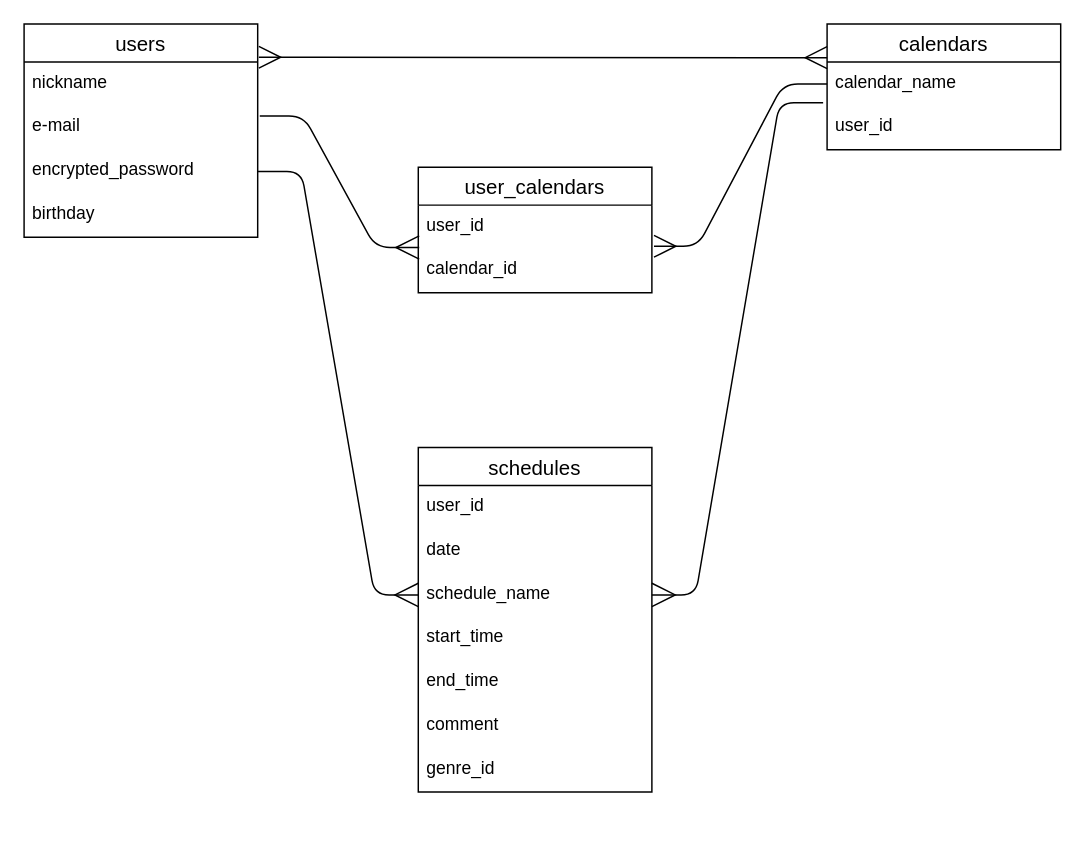
The draw.io diagram sharecalendar.dio in gomachan3232/sharecalendar, before the edit. Source tidied: cells renumbered, new cells numbered last; positions are measured from the earlier drawing's top-left corner, leaving out a move shared by most shapes. Both pictures are drawn from the tidied source at 146%, with x=0, y=0 at pixel (23, 23).
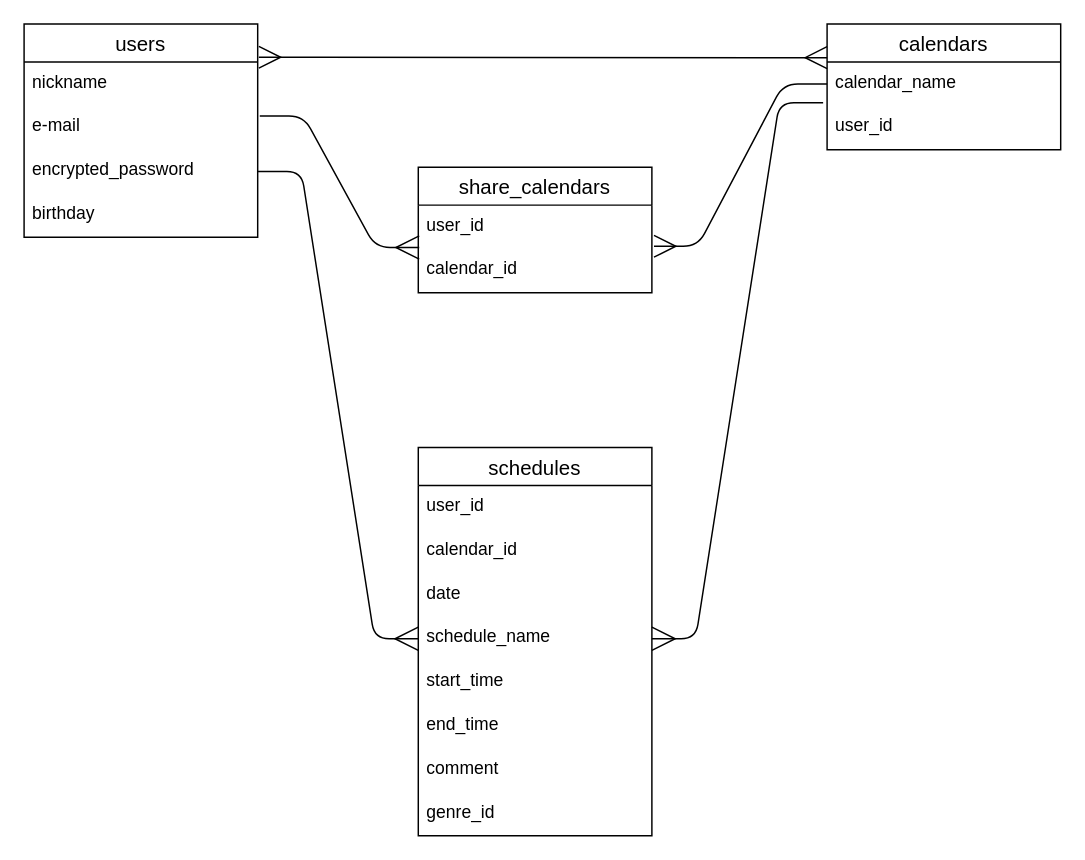
The same diagram, later.

The edit, as a diff of the source:
```diff
@@
     <mxCell id="10" value="schedules" style="swimlane;fontStyle=0;horizontal=1;startSize=26;align=center;fontSize=14;" parent="1" vertex="1">
-      <mxGeometry x="270" y="290" width="160" height="236" as="geometry" />
+      <mxGeometry x="270" y="290" width="160" height="266" as="geometry" />
     </mxCell>
@@
+    <mxCell id="26" value="calendar_id" style="text;strokeColor=none;fillColor=none;spacingLeft=4;spacingRight=4;overflow=hidden;fontSize=12;" parent="10" vertex="1">
+      <mxGeometry y="56" width="160" height="30" as="geometry" />
+    </mxCell>
     <mxCell id="12" value="date" style="text;strokeColor=none;fillColor=none;spacingLeft=4;spacingRight=4;overflow=hidden;fontSize=12;" parent="10" vertex="1">
-      <mxGeometry y="56" width="160" height="30" as="geometry" />
+      <mxGeometry y="86" width="160" height="30" as="geometry" />
     </mxCell>
     <mxCell id="13" value="schedule_name" style="text;strokeColor=none;fillColor=none;spacingLeft=4;spacingRight=4;overflow=hidden;points=[[0,0.5],[1,0.5]];portConstraint=eastwest;fontSize=12;" parent="10" vertex="1">
-      <mxGeometry y="86" width="160" height="30" as="geometry" />
+      <mxGeometry y="116" width="160" height="30" as="geometry" />
     </mxCell>
     <mxCell id="14" value="start_time" style="text;strokeColor=none;fillColor=none;spacingLeft=4;spacingRight=4;overflow=hidden;fontSize=12;" parent="10" vertex="1">
-      <mxGeometry y="116" width="160" height="30" as="geometry" />
+      <mxGeometry y="146" width="160" height="30" as="geometry" />
     </mxCell>
     <mxCell id="15" value="end_time" style="text;strokeColor=none;fillColor=none;spacingLeft=4;spacingRight=4;overflow=hidden;fontSize=12;" parent="10" vertex="1">
-      <mxGeometry y="146" width="160" height="30" as="geometry" />
+      <mxGeometry y="176" width="160" height="30" as="geometry" />
     </mxCell>
     <mxCell id="16" value="comment" style="text;strokeColor=none;fillColor=none;spacingLeft=4;spacingRight=4;overflow=hidden;fontSize=12;" parent="10" vertex="1">
-      <mxGeometry y="176" width="160" height="30" as="geometry" />
+      <mxGeometry y="206" width="160" height="30" as="geometry" />
     </mxCell>
     <mxCell id="17" value="genre_id" style="text;strokeColor=none;fillColor=none;spacingLeft=4;spacingRight=4;overflow=hidden;fontSize=12;" parent="10" vertex="1">
-      <mxGeometry y="206" width="160" height="30" as="geometry" />
+      <mxGeometry y="236" width="160" height="30" as="geometry" />
     </mxCell>
@@
-    <mxCell id="19" value="user_calendars" style="swimlane;fontStyle=0;horizontal=1;startSize=26;align=center;fontSize=14;" parent="1" vertex="1">
+    <mxCell id="19" value="share_calendars" style="swimlane;fontStyle=0;horizontal=1;startSize=26;align=center;fontSize=14;" parent="1" vertex="1">
       <mxGeometry x="270" y="98" width="160" height="86" as="geometry" />
     </mxCell>
```
